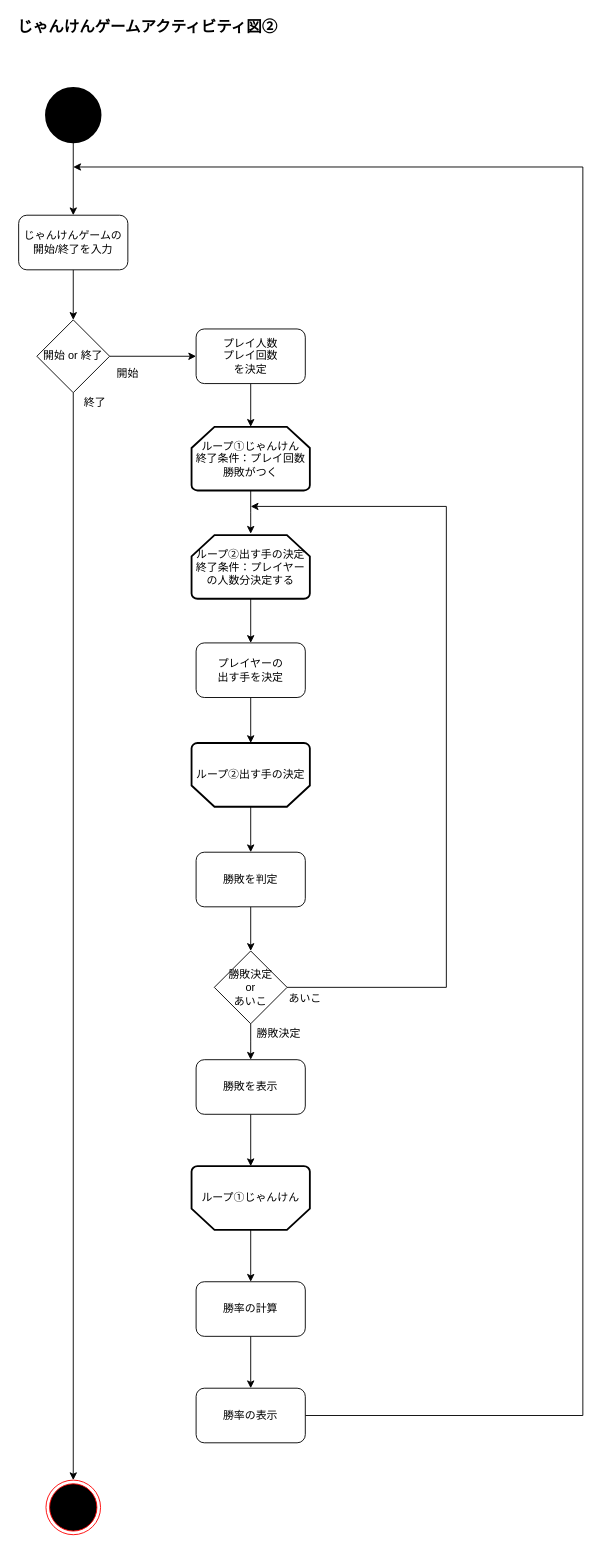
This is じゃんけんゲームアクティビティ図②.drawio from nozomi-sasaki/janken, a draw.io file, before an edit. Source tidied: cells renumbered, new cells numbered last; positions are measured from the earlier drawing's top-left corner, leaving out a move shared by most shapes. Both pictures are drawn from the tidied source at 91%, with x=0, y=0 at pixel (15, 15).
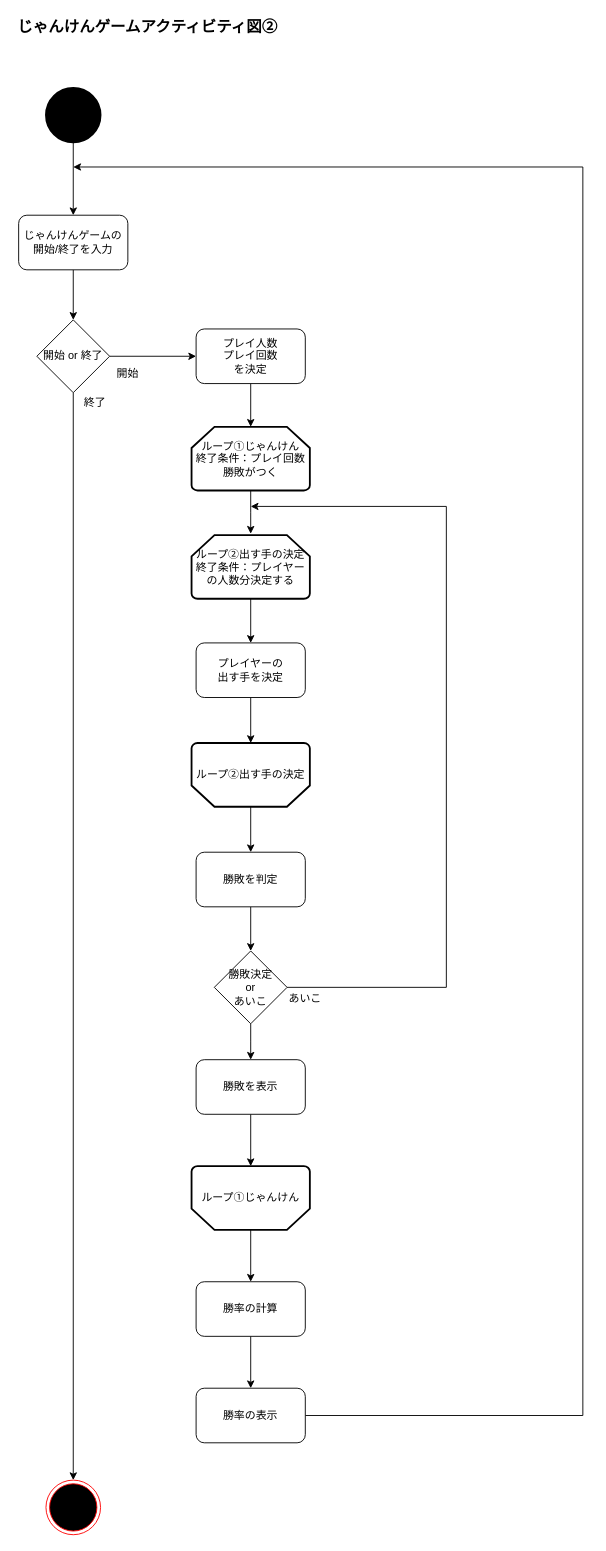
The same diagram, later.

Commit message:
Added じゃんけんゲームアクティビティ図②.drawio

What changed in the source:
```diff
@@
-    <mxCell id="37" value="勝敗決定" style="text;html=1;align=left;verticalAlign=top;spacingTop=-4;" parent="1" vertex="1">
-      <mxGeometry x="263" y="1108.5" width="60" height="20" as="geometry" />
-    </mxCell>
```
